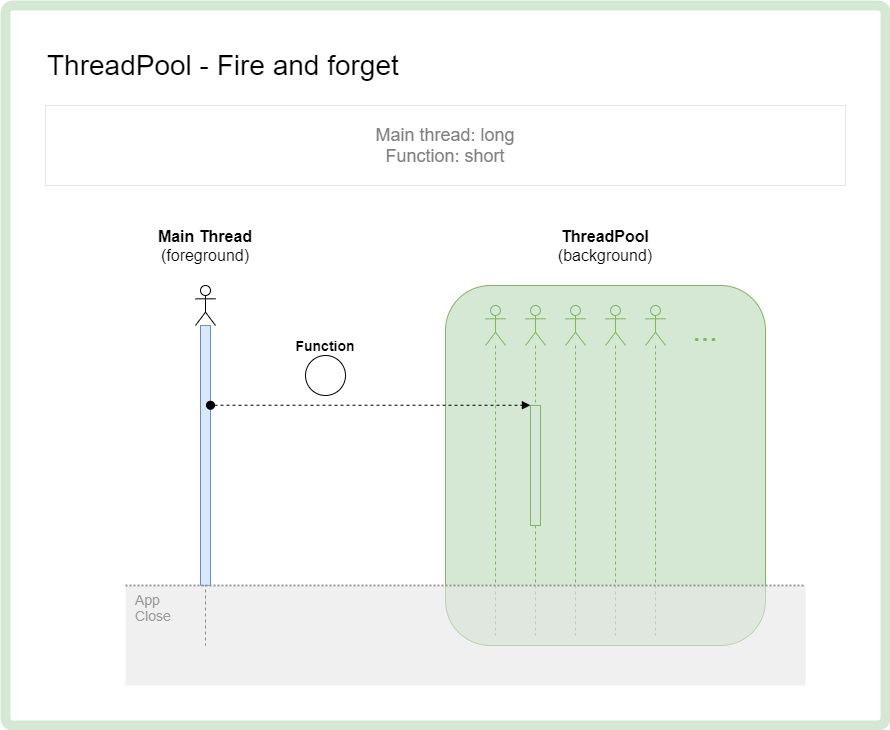
This is doc/diagrams/05 - thread-pool-01.drawio.png from CSharp-Pills-15mg/Parallel-Evolution, a draw.io export, as it was before one commit. Source tidied: cells renumbered, new cells last; positions are measured from the earlier drawing's top-left corner, leaving out a move shared by most shapes.
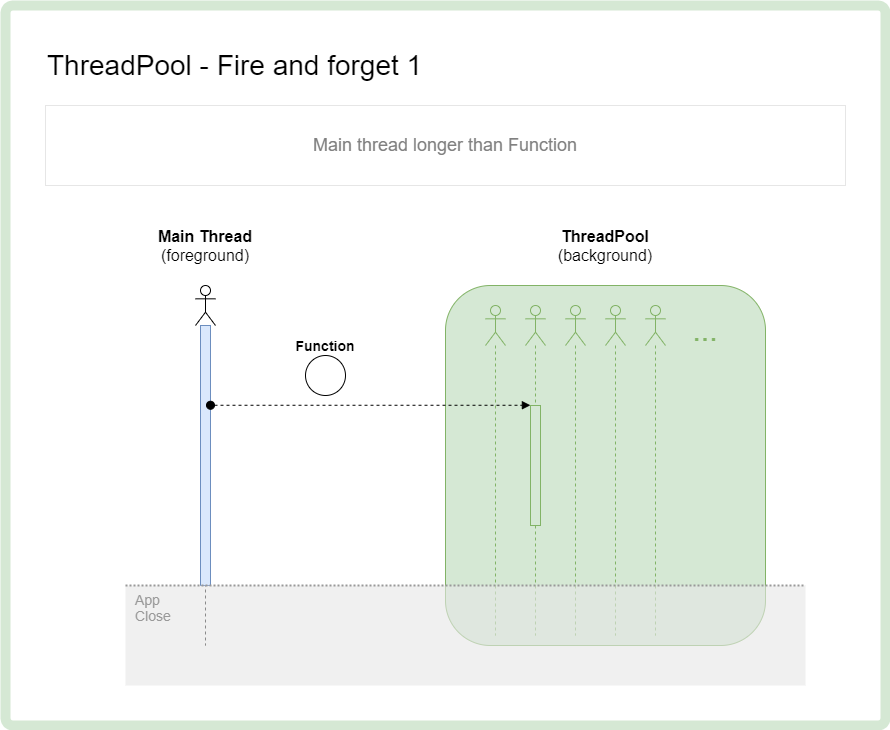
After the commit.

Change to the diagram source:
```diff
@@ -5,7 +5,7 @@
     <mxCell id="2" style="rounded=1;whiteSpace=wrap;html=1;arcSize=1;strokeWidth=10;strokeColor=#D5E8D4;" parent="1" vertex="1">
       <mxGeometry width="880" height="720" as="geometry" />
     </mxCell>
-    <mxCell id="3" value="ThreadPool - Fire and forget" style="text;html=1;strokeColor=none;fillColor=none;align=left;verticalAlign=middle;whiteSpace=wrap;rounded=0;fontSize=28;" parent="1" vertex="1">
+    <mxCell id="3" value="ThreadPool - Fire and forget 1" style="text;html=1;strokeColor=none;fillColor=none;align=left;verticalAlign=middle;whiteSpace=wrap;rounded=0;fontSize=28;" parent="1" vertex="1">
       <mxGeometry x="40" y="40" width="600" height="40" as="geometry" />
     </mxCell>
     <mxCell id="4" style="shape=umlLifeline;participant=umlActor;perimeter=lifelinePerimeter;whiteSpace=wrap;html=1;verticalAlign=top;spacingTop=36;fontSize=18;align=left;" parent="1" vertex="1">
@@ -20,7 +20,7 @@
     <mxCell id="7" value="&lt;b&gt;Function&lt;/b&gt;" style="text;html=1;strokeColor=none;fillColor=none;align=center;verticalAlign=middle;whiteSpace=wrap;rounded=0;fontSize=14;" parent="1" vertex="1">
       <mxGeometry x="280" y="330" width="80" height="20" as="geometry" />
     </mxCell>
-    <mxCell id="8" value="Main thread: long&lt;br&gt;Function: short" style="text;html=1;fillColor=none;align=center;verticalAlign=middle;whiteSpace=wrap;rounded=0;fontSize=18;fontColor=#808080;strokeColor=#E6E6E6;" parent="1" vertex="1">
+    <mxCell id="8" value="Main thread longer than Function" style="text;html=1;fillColor=none;align=center;verticalAlign=middle;whiteSpace=wrap;rounded=0;fontSize=18;fontColor=#808080;strokeColor=#E6E6E6;" parent="1" vertex="1">
       <mxGeometry x="40" y="100" width="800" height="80" as="geometry" />
     </mxCell>
     <mxCell id="9" style="rounded=1;whiteSpace=wrap;html=1;fillColor=#d5e8d4;strokeColor=#82b366;arcSize=14;" parent="1" vertex="1">
```
